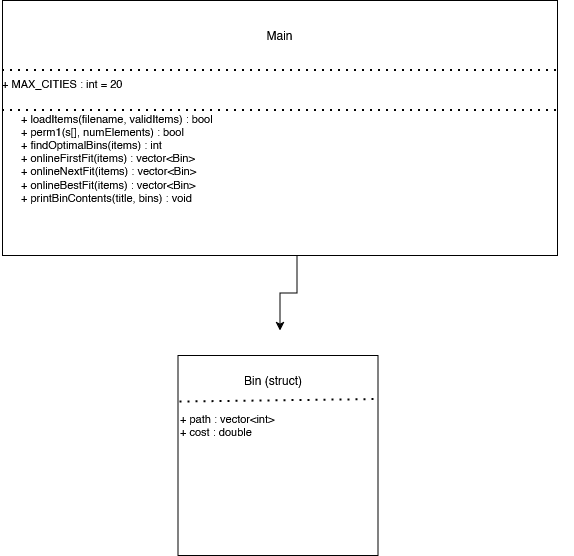
Before: Project 4/UML Diagram.png, a diagram exported from draw.io (JayM3005/Project-1---Data-Structures-II). Source tidied: cells renumbered, new cells last; positions are measured from the earlier drawing's top-left corner, leaving out a move shared by most shapes. Source of this version:
```xml
<mxGraphModel background="light-dark(#FFFFFF,#000000)">
  <root>
    <mxCell id="0" />
    <mxCell id="1" parent="0" />
    <mxCell id="2" style="whiteSpace=wrap;html=1;" parent="1" vertex="1">
      <mxGeometry x="177.5" y="355" width="200" height="200" as="geometry" />
    </mxCell>
    <mxCell id="3" value="&lt;div&gt;+ path : vector&amp;lt;int&amp;gt;&lt;/div&gt;&lt;div&gt;+ cost : double&lt;/div&gt;" style="text;html=1;whiteSpace=wrap;strokeColor=none;fillColor=none;align=left;verticalAlign=top;rounded=0;fontSize=11;" parent="1" vertex="1">
      <mxGeometry x="177.5" y="405" width="201.5" height="80" as="geometry" />
    </mxCell>
    <mxCell id="4" value="Bin (struct)" style="text;html=1;whiteSpace=wrap;strokeColor=none;fillColor=none;align=center;verticalAlign=middle;rounded=0;" parent="1" vertex="1">
      <mxGeometry x="167" y="355" width="212" height="50" as="geometry" />
    </mxCell>
    <mxCell id="5" style="endArrow=none;dashed=1;html=1;dashPattern=1 3;strokeWidth=2;rounded=0;exitX=0.059;exitY=0.931;exitDx=0;exitDy=0;exitPerimeter=0;" parent="1" edge="1" source="4">
      <mxGeometry relative="1" as="geometry">
        <mxPoint x="379" y="399" as="targetPoint" />
      </mxGeometry>
    </mxCell>
    <mxCell id="6" style="rounded=0;whiteSpace=wrap;html=1;" parent="1" vertex="1">
      <mxGeometry x="2" width="555" height="255" as="geometry" />
    </mxCell>
    <mxCell id="7" style="edgeStyle=orthogonalEdgeStyle;rounded=0;jettySize=auto;html=1;" parent="1" edge="1" source="8">
      <mxGeometry relative="1" as="geometry">
        <mxPoint x="279.5" y="330" as="targetPoint" />
      </mxGeometry>
    </mxCell>
    <mxCell id="8" value="&lt;div&gt;+ loadItems(filename, validItems) : bool&lt;/div&gt;&lt;div&gt;+ perm1(s[], numElements) : bool&lt;/div&gt;&lt;div&gt;+ findOptimalBins(items) : int&lt;/div&gt;&lt;div&gt;+ onlineFirstFit(items) : vector&amp;lt;Bin&amp;gt;&lt;/div&gt;&lt;div&gt;+ onlineNextFit(items) : vector&amp;lt;Bin&amp;gt;&lt;/div&gt;&lt;div&gt;+ onlineBestFit(items) : vector&amp;lt;Bin&amp;gt;&lt;/div&gt;&lt;div&gt;+ printBinContents(title, bins) : void&lt;/div&gt;&lt;div&gt;&lt;br&gt;&lt;/div&gt;&lt;div&gt;&lt;br&gt;&lt;/div&gt;" style="text;html=1;whiteSpace=wrap;strokeColor=none;fillColor=none;align=left;verticalAlign=top;rounded=0;fontSize=11;" parent="1" vertex="1">
      <mxGeometry x="19" y="105" width="555" height="150" as="geometry" />
    </mxCell>
    <mxCell id="9" style="endArrow=none;dashed=1;html=1;dashPattern=1 3;strokeWidth=2;rounded=0;exitX=0;exitY=1;exitDx=0;exitDy=0;entryX=1;entryY=1;entryDx=0;entryDy=0;" parent="1" edge="1" target="10">
      <mxGeometry relative="1" as="geometry">
        <mxPoint x="2" y="70" as="sourcePoint" />
      </mxGeometry>
    </mxCell>
    <mxCell id="10" value="Main" style="text;html=1;whiteSpace=wrap;strokeColor=none;fillColor=none;align=center;verticalAlign=middle;rounded=0;" parent="1" vertex="1">
      <mxGeometry x="2" width="555" height="70" as="geometry" />
    </mxCell>
    <mxCell id="11" style="endArrow=none;dashed=1;html=1;dashPattern=1 3;strokeWidth=2;rounded=0;entryX=1;entryY=0;entryDx=0;entryDy=0;" parent="1" edge="1">
      <mxGeometry relative="1" as="geometry">
        <mxPoint x="2" y="110" as="sourcePoint" />
        <mxPoint x="557" y="110" as="targetPoint" />
      </mxGeometry>
    </mxCell>
    <mxCell id="12" value="+ MAX_CITIES : int = 20" style="text;html=1;whiteSpace=wrap;strokeColor=none;fillColor=none;align=left;verticalAlign=top;rounded=0;fontSize=11;" parent="1" vertex="1">
      <mxGeometry y="70" width="555" height="50" as="geometry" />
    </mxCell>
  </root>
</mxGraphModel>
```
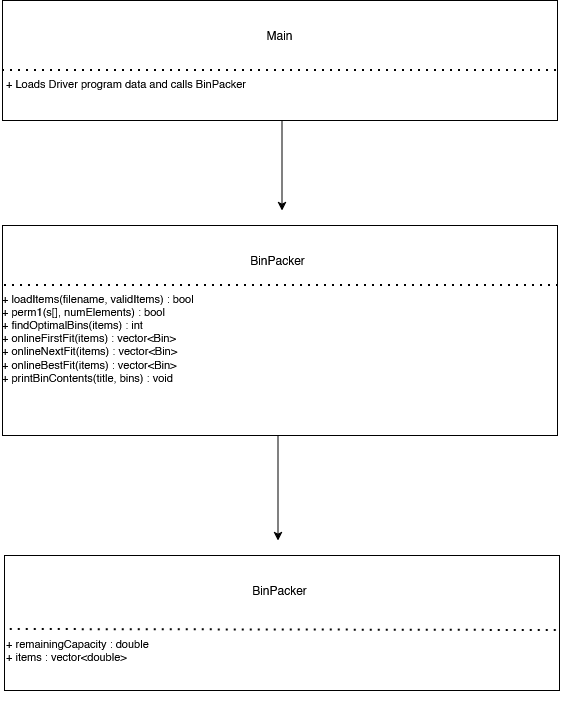
After the change.

The edit, as a diff of the source:
```diff
@@ -2,31 +2,20 @@
   <root>
     <mxCell id="0" />
     <mxCell id="1" parent="0" />
-    <mxCell id="2" style="whiteSpace=wrap;html=1;" parent="1" vertex="1">
-      <mxGeometry x="177.5" y="355" width="200" height="200" as="geometry" />
-    </mxCell>
-    <mxCell id="3" value="&lt;div&gt;+ path : vector&amp;lt;int&amp;gt;&lt;/div&gt;&lt;div&gt;+ cost : double&lt;/div&gt;" style="text;html=1;whiteSpace=wrap;strokeColor=none;fillColor=none;align=left;verticalAlign=top;rounded=0;fontSize=11;" parent="1" vertex="1">
-      <mxGeometry x="177.5" y="405" width="201.5" height="80" as="geometry" />
-    </mxCell>
-    <mxCell id="4" value="Bin (struct)" style="text;html=1;whiteSpace=wrap;strokeColor=none;fillColor=none;align=center;verticalAlign=middle;rounded=0;" parent="1" vertex="1">
-      <mxGeometry x="167" y="355" width="212" height="50" as="geometry" />
-    </mxCell>
-    <mxCell id="5" style="endArrow=none;dashed=1;html=1;dashPattern=1 3;strokeWidth=2;rounded=0;exitX=0.059;exitY=0.931;exitDx=0;exitDy=0;exitPerimeter=0;" parent="1" edge="1" source="4">
-      <mxGeometry relative="1" as="geometry">
-        <mxPoint x="379" y="399" as="targetPoint" />
-      </mxGeometry>
-    </mxCell>
+    <mxCell id="13" style="rounded=0;whiteSpace=wrap;html=1;" parent="1" vertex="1">
+      <mxGeometry x="2" y="225" width="555" height="210" as="geometry" />
+    </mxCell>
     <mxCell id="6" style="rounded=0;whiteSpace=wrap;html=1;" parent="1" vertex="1">
-      <mxGeometry x="2" width="555" height="255" as="geometry" />
+      <mxGeometry x="2" width="555" height="120" as="geometry" />
     </mxCell>
-    <mxCell id="7" style="edgeStyle=orthogonalEdgeStyle;rounded=0;jettySize=auto;html=1;" parent="1" edge="1" source="8">
-      <mxGeometry relative="1" as="geometry">
-        <mxPoint x="279.5" y="330" as="targetPoint" />
-      </mxGeometry>
-    </mxCell>
     <mxCell id="8" value="&lt;div&gt;+ loadItems(filename, validItems) : bool&lt;/div&gt;&lt;div&gt;+ perm1(s[], numElements) : bool&lt;/div&gt;&lt;div&gt;+ findOptimalBins(items) : int&lt;/div&gt;&lt;div&gt;+ onlineFirstFit(items) : vector&amp;lt;Bin&amp;gt;&lt;/div&gt;&lt;div&gt;+ onlineNextFit(items) : vector&amp;lt;Bin&amp;gt;&lt;/div&gt;&lt;div&gt;+ onlineBestFit(items) : vector&amp;lt;Bin&amp;gt;&lt;/div&gt;&lt;div&gt;+ printBinContents(title, bins) : void&lt;/div&gt;&lt;div&gt;&lt;br&gt;&lt;/div&gt;&lt;div&gt;&lt;br&gt;&lt;/div&gt;" style="text;html=1;whiteSpace=wrap;strokeColor=none;fillColor=none;align=left;verticalAlign=top;rounded=0;fontSize=11;" parent="1" vertex="1">
-      <mxGeometry x="19" y="105" width="555" height="150" as="geometry" />
+      <mxGeometry y="285" width="555" height="150" as="geometry" />
     </mxCell>
+    <mxCell id="14" style="edgeStyle=orthogonalEdgeStyle;rounded=0;jettySize=auto;html=1;" parent="1" edge="1" source="8">
+      <mxGeometry relative="1" as="geometry">
+        <mxPoint x="277.5" y="540" as="targetPoint" />
+      </mxGeometry>
+    </mxCell>
     <mxCell id="9" style="endArrow=none;dashed=1;html=1;dashPattern=1 3;strokeWidth=2;rounded=0;exitX=0;exitY=1;exitDx=0;exitDy=0;entryX=1;entryY=1;entryDx=0;entryDy=0;" parent="1" edge="1" target="10">
       <mxGeometry relative="1" as="geometry">
         <mxPoint x="2" y="70" as="sourcePoint" />
@@ -37,12 +26,34 @@
     </mxCell>
     <mxCell id="11" style="endArrow=none;dashed=1;html=1;dashPattern=1 3;strokeWidth=2;rounded=0;entryX=1;entryY=0;entryDx=0;entryDy=0;" parent="1" edge="1">
       <mxGeometry relative="1" as="geometry">
-        <mxPoint x="2" y="110" as="sourcePoint" />
-        <mxPoint x="557" y="110" as="targetPoint" />
+        <mxPoint x="4" y="285" as="sourcePoint" />
+        <mxPoint x="559" y="285" as="targetPoint" />
       </mxGeometry>
     </mxCell>
+    <mxCell id="15" style="edgeStyle=orthogonalEdgeStyle;rounded=0;jettySize=auto;html=1;" parent="1" edge="1" source="12">
+      <mxGeometry relative="1" as="geometry">
+        <mxPoint x="281.5" y="210" as="targetPoint" />
+      </mxGeometry>
+    </mxCell>
-    <mxCell id="12" value="+ MAX_CITIES : int = 20" style="text;html=1;whiteSpace=wrap;strokeColor=none;fillColor=none;align=left;verticalAlign=top;rounded=0;fontSize=11;" parent="1" vertex="1">
-      <mxGeometry y="70" width="555" height="50" as="geometry" />
+    <mxCell id="12" value="+ Loads Driver program data and calls BinPacker" style="text;html=1;whiteSpace=wrap;strokeColor=none;fillColor=none;align=left;verticalAlign=top;rounded=0;fontSize=11;" parent="1" vertex="1">
+      <mxGeometry x="4" y="70" width="555" height="50" as="geometry" />
     </mxCell>
+    <mxCell id="16" value="BinPacker" style="text;html=1;whiteSpace=wrap;strokeColor=none;fillColor=none;align=center;verticalAlign=middle;rounded=0;" parent="1" vertex="1">
+      <mxGeometry y="225" width="555" height="70" as="geometry" />
+    </mxCell>
+    <mxCell id="17" style="rounded=0;whiteSpace=wrap;html=1;" parent="1" vertex="1">
+      <mxGeometry x="4" y="555" width="555" height="135" as="geometry" />
+    </mxCell>
+    <mxCell id="18" value="BinPacker" style="text;html=1;whiteSpace=wrap;strokeColor=none;fillColor=none;align=center;verticalAlign=middle;rounded=0;" parent="1" vertex="1">
+      <mxGeometry x="2" y="555" width="555" height="70" as="geometry" />
+    </mxCell>
+    <mxCell id="19" style="endArrow=none;dashed=1;html=1;dashPattern=1 3;strokeWidth=2;rounded=0;exitX=0.014;exitY=1.057;exitDx=0;exitDy=0;exitPerimeter=0;" parent="1" edge="1" source="18">
+      <mxGeometry relative="1" as="geometry">
+        <mxPoint x="559" y="630" as="targetPoint" />
+      </mxGeometry>
+    </mxCell>
+    <mxCell id="20" value="&lt;div&gt;+ remainingCapacity : double&lt;/div&gt;&lt;div&gt;+ items : vector&amp;lt;double&amp;gt;&lt;/div&gt;&lt;div&gt;&lt;br&gt;&lt;/div&gt;&lt;div&gt;&lt;br&gt;&lt;/div&gt;" style="text;html=1;whiteSpace=wrap;strokeColor=none;fillColor=none;align=left;verticalAlign=top;rounded=0;fontSize=11;" parent="1" vertex="1">
+      <mxGeometry x="4" y="630" width="555" height="60" as="geometry" />
+    </mxCell>
   </root>
 </mxGraphModel>
```
